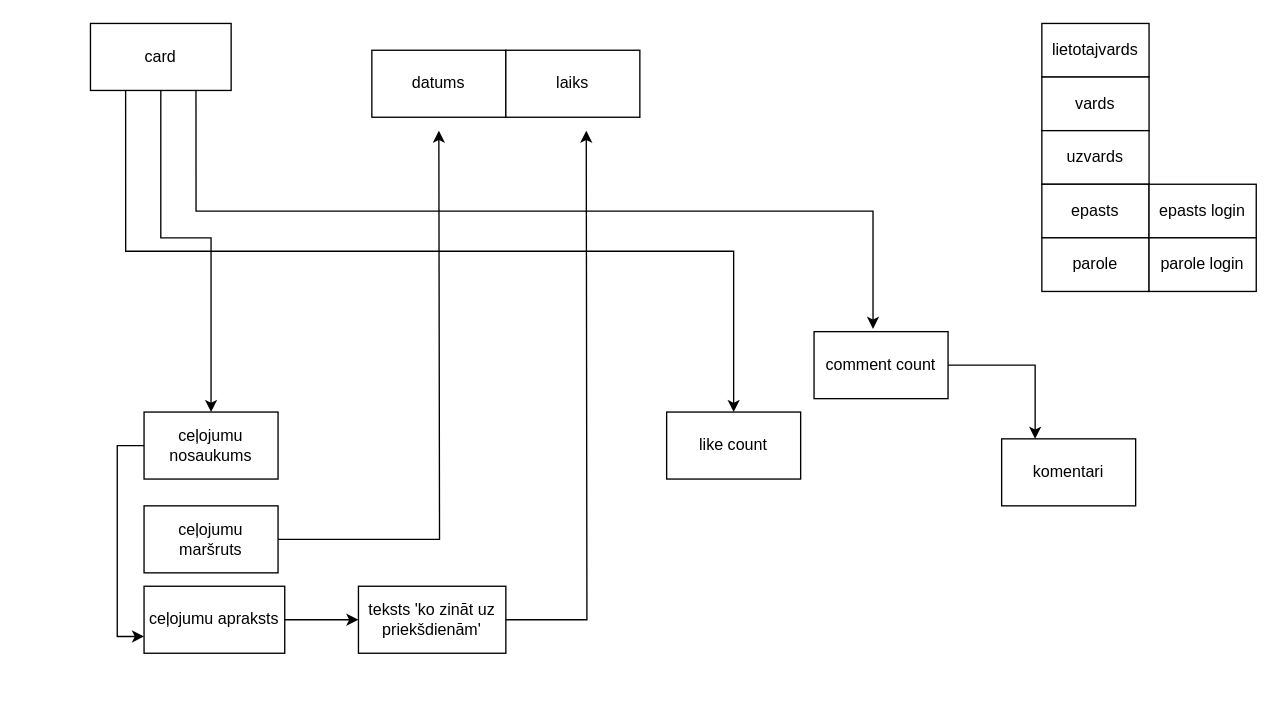
Above: Untitled Diagram.drawio in andromeda44azora/prgr12 (draw.io), before the change. Source tidied: cells renumbered, new cells numbered last; positions are measured from the earlier drawing's top-left corner, leaving out a move shared by most shapes. Both pictures are drawn from the tidied source at 134%, with x=0, y=0 at pixel (90, 23).
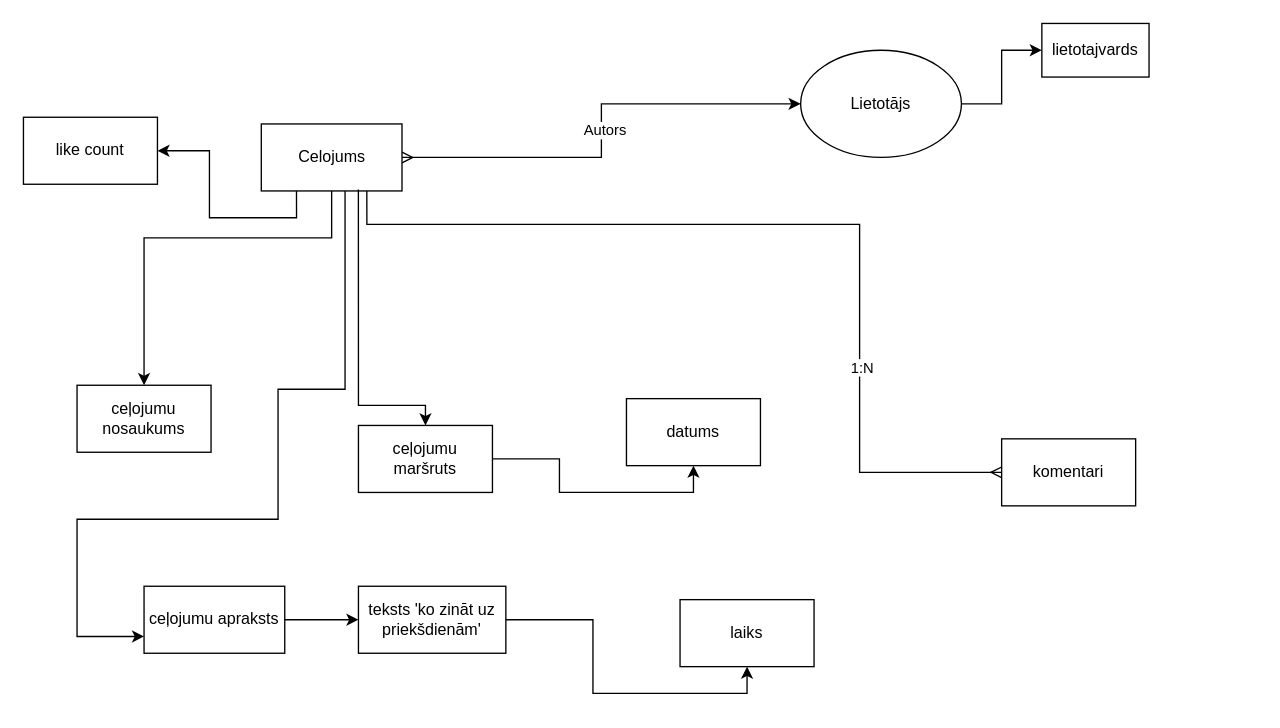
After the change.

Unchanged cells that the change refers to:
```xml
<mxCell id="4" value="lietotajvards" style="rounded=0;whiteSpace=wrap;html=1;" parent="1" vertex="1">
  <mxGeometry x="710" width="80" height="40" as="geometry" />
</mxCell>
<mxCell id="11" value="komentari" style="rounded=0;whiteSpace=wrap;html=1;" parent="1" vertex="1">
  <mxGeometry x="680" y="310" width="100" height="50" as="geometry" />
</mxCell>
<mxCell id="20" value="ceļojumu apraksts" style="rounded=0;whiteSpace=wrap;html=1;" parent="1" vertex="1">
  <mxGeometry x="40" y="420" width="105" height="50" as="geometry" />
</mxCell>
<mxCell id="23" value="teksts 'ko zināt uz priekšdienām'" style="rounded=0;whiteSpace=wrap;html=1;" parent="1" vertex="1">
  <mxGeometry x="200" y="420" width="110" height="50" as="geometry" />
</mxCell>
```

What changed in the source:
```diff
@@
-    <mxCell id="2" style="edgeStyle=orthogonalEdgeStyle;rounded=0;jettySize=auto;html=1;exitX=0;exitY=0.5;exitDx=0;exitDy=0;entryX=0;entryY=0.75;entryDx=0;entryDy=0;" parent="1" edge="1" source="3" target="20">
-      <mxGeometry relative="1" as="geometry" />
+    <mxCell id="2" style="edgeStyle=orthogonalEdgeStyle;rounded=0;jettySize=auto;html=1;entryX=0;entryY=0.75;entryDx=0;entryDy=0;" parent="1" edge="1" source="18" target="20">
+      <mxGeometry relative="1" as="geometry">
+        <Array as="points">
+          <mxPoint x="190" y="273" />
+          <mxPoint x="140" y="273" />
+          <mxPoint x="140" y="370" />
+          <mxPoint x="-10" y="370" />
+          <mxPoint x="-10" y="458" />
+        </Array>
+      </mxGeometry>
     </mxCell>
     <mxCell id="3" value="ceļojumu nosaukums" style="rounded=0;whiteSpace=wrap;html=1;" parent="1" vertex="1">
-      <mxGeometry x="40" y="290" width="100" height="50" as="geometry" />
+      <mxGeometry x="-10" y="270" width="100" height="50" as="geometry" />
     </mxCell>
@@
-    <mxCell id="5" value="vards" style="rounded=0;whiteSpace=wrap;html=1;" parent="1" vertex="1">
-      <mxGeometry x="710" y="40" width="80" height="40" as="geometry" />
-    </mxCell>
-    <mxCell id="6" value="uzvards" style="rounded=0;whiteSpace=wrap;html=1;" parent="1" vertex="1">
-      <mxGeometry x="710" y="80" width="80" height="40" as="geometry" />
-    </mxCell>
-    <mxCell id="7" value="epasts" style="rounded=0;whiteSpace=wrap;html=1;" parent="1" vertex="1">
-      <mxGeometry x="710" y="120" width="80" height="40" as="geometry" />
-    </mxCell>
-    <mxCell id="8" value="parole" style="rounded=0;whiteSpace=wrap;html=1;" parent="1" vertex="1">
-      <mxGeometry x="710" y="160" width="80" height="40" as="geometry" />
-    </mxCell>
-    <mxCell id="9" value="epasts login" style="rounded=0;whiteSpace=wrap;html=1;" parent="1" vertex="1">
-      <mxGeometry x="790" y="120" width="80" height="40" as="geometry" />
-    </mxCell>
-    <mxCell id="10" value="parole login" style="rounded=0;whiteSpace=wrap;html=1;" parent="1" vertex="1">
-      <mxGeometry x="790" y="160" width="80" height="40" as="geometry" />
-    </mxCell>
@@
     <mxCell id="12" value="datums" style="rounded=0;whiteSpace=wrap;html=1;" parent="1" vertex="1">
-      <mxGeometry x="210" y="20" width="100" height="50" as="geometry" />
+      <mxGeometry x="400" y="280" width="100" height="50" as="geometry" />
     </mxCell>
-    <mxCell id="13" style="edgeStyle=orthogonalEdgeStyle;rounded=0;jettySize=auto;html=1;" parent="1" edge="1" source="14">
-      <mxGeometry relative="1" as="geometry">
-        <mxPoint x="260" y="80" as="targetPoint" />
-      </mxGeometry>
+    <mxCell id="13" style="edgeStyle=orthogonalEdgeStyle;rounded=0;jettySize=auto;html=1;entryX=0.5;entryY=1;entryDx=0;entryDy=0;" parent="1" edge="1" source="14" target="12">
+      <mxGeometry relative="1" as="geometry" />
     </mxCell>
     <mxCell id="14" value="ceļojumu maršruts" style="rounded=0;whiteSpace=wrap;html=1;" parent="1" vertex="1">
-      <mxGeometry x="40" y="360" width="100" height="50" as="geometry" />
+      <mxGeometry x="200" y="300" width="100" height="50" as="geometry" />
     </mxCell>
@@
-    <mxCell id="16" style="edgeStyle=orthogonalEdgeStyle;rounded=0;jettySize=auto;html=1;exitX=0.75;exitY=1;exitDx=0;exitDy=0;entryX=0.44;entryY=-0.04;entryDx=0;entryDy=0;entryPerimeter=0;" parent="1" edge="1" source="18" target="25">
-      <mxGeometry relative="1" as="geometry" />
+    <mxCell id="16" style="edgeStyle=orthogonalEdgeStyle;rounded=0;jettySize=auto;html=1;exitX=0.75;exitY=1;exitDx=0;exitDy=0;endArrow=ERmany;endFill=0;" parent="1" edge="1" source="18" target="11">
+      <mxGeometry relative="1" as="geometry">
+        <Array as="points">
+          <mxPoint x="206" y="150" />
+          <mxPoint x="574" y="150" />
+          <mxPoint x="574" y="335" />
+        </Array>
+      </mxGeometry>
     </mxCell>
+    <mxCell id="27" value="1:N" style="edgeLabel;html=1;align=center;verticalAlign=middle;" parent="16" vertex="1">
+      <mxGeometry x="0.46" y="1" relative="1" as="geometry" />
+    </mxCell>
@@
+    <mxCell id="28" style="edgeStyle=orthogonalEdgeStyle;rounded=0;jettySize=auto;html=1;startArrow=ERmany;startFill=0;" parent="1" edge="1" source="18" target="32">
+      <mxGeometry relative="1" as="geometry" />
+    </mxCell>
+    <mxCell id="29" value="Autors" style="edgeLabel;html=1;align=center;verticalAlign=middle;" parent="28" vertex="1">
+      <mxGeometry y="-2" relative="1" as="geometry" />
+    </mxCell>
-    <mxCell id="18" value="card" style="rounded=0;whiteSpace=wrap;html=1;" parent="1" vertex="1">
-      <mxGeometry width="105" height="50" as="geometry" />
+    <mxCell id="18" value="Celojums" style="rounded=0;whiteSpace=wrap;html=1;" parent="1" vertex="1">
+      <mxGeometry x="127.5" y="75" width="105" height="50" as="geometry" />
     </mxCell>
@@
     <mxCell id="21" value="laiks" style="rounded=0;whiteSpace=wrap;html=1;" parent="1" vertex="1">
-      <mxGeometry x="310" y="20" width="100" height="50" as="geometry" />
+      <mxGeometry x="440" y="430" width="100" height="50" as="geometry" />
     </mxCell>
-    <mxCell id="22" style="edgeStyle=orthogonalEdgeStyle;rounded=0;jettySize=auto;html=1;" parent="1" edge="1" source="23">
-      <mxGeometry relative="1" as="geometry">
-        <mxPoint x="370" y="80" as="targetPoint" />
-      </mxGeometry>
+    <mxCell id="22" style="edgeStyle=orthogonalEdgeStyle;rounded=0;jettySize=auto;html=1;entryX=0.5;entryY=1;entryDx=0;entryDy=0;" parent="1" edge="1" source="23" target="21">
+      <mxGeometry relative="1" as="geometry" />
     </mxCell>
@@
-    <mxCell id="24" style="edgeStyle=orthogonalEdgeStyle;rounded=0;jettySize=auto;html=1;exitX=1;exitY=0.5;exitDx=0;exitDy=0;entryX=0.25;entryY=0;entryDx=0;entryDy=0;" parent="1" edge="1" source="25" target="11">
-      <mxGeometry relative="1" as="geometry" />
-    </mxCell>
-    <mxCell id="25" value="comment count" style="rounded=0;whiteSpace=wrap;html=1;" parent="1" vertex="1">
-      <mxGeometry x="540" y="230" width="100" height="50" as="geometry" />
-    </mxCell>
     <mxCell id="26" value="like count" style="rounded=0;whiteSpace=wrap;html=1;" parent="1" vertex="1">
-      <mxGeometry x="430" y="290" width="100" height="50" as="geometry" />
+      <mxGeometry x="-50" y="70" width="100" height="50" as="geometry" />
     </mxCell>
+    <mxCell id="30" style="edgeStyle=orthogonalEdgeStyle;rounded=0;jettySize=auto;html=1;exitX=0.69;exitY=0.98;exitDx=0;exitDy=0;exitPerimeter=0;" parent="1" edge="1" source="18" target="14">
+      <mxGeometry relative="1" as="geometry">
+        <Array as="points">
+          <mxPoint x="200" y="285" />
+          <mxPoint x="250" y="285" />
+        </Array>
+      </mxGeometry>
+    </mxCell>
+    <mxCell id="31" style="edgeStyle=orthogonalEdgeStyle;rounded=0;jettySize=auto;html=1;" parent="1" edge="1" source="32" target="4">
+      <mxGeometry relative="1" as="geometry" />
+    </mxCell>
+    <mxCell id="32" value="Lietotājs" style="ellipse;whiteSpace=wrap;html=1;" parent="1" vertex="1">
+      <mxGeometry x="530" y="20" width="120" height="80" as="geometry" />
+    </mxCell>
```
